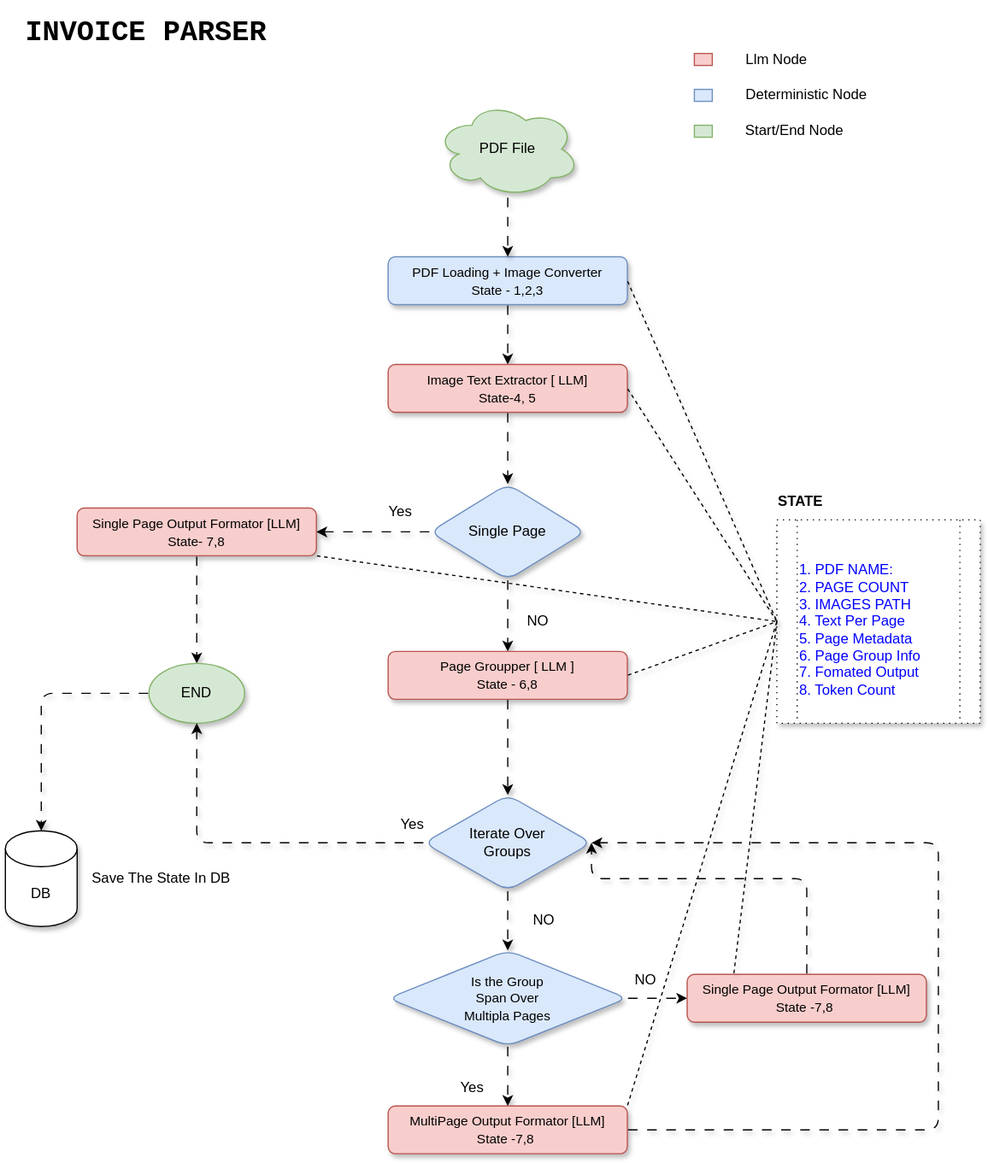
Above: Invoice_parser.drawio.svg in RahulDas-dev/invoice-parser (draw.io), before the change. Source tidied: cells renumbered, new cells last; positions are measured from the earlier drawing's top-left corner, leaving out a move shared by most shapes.
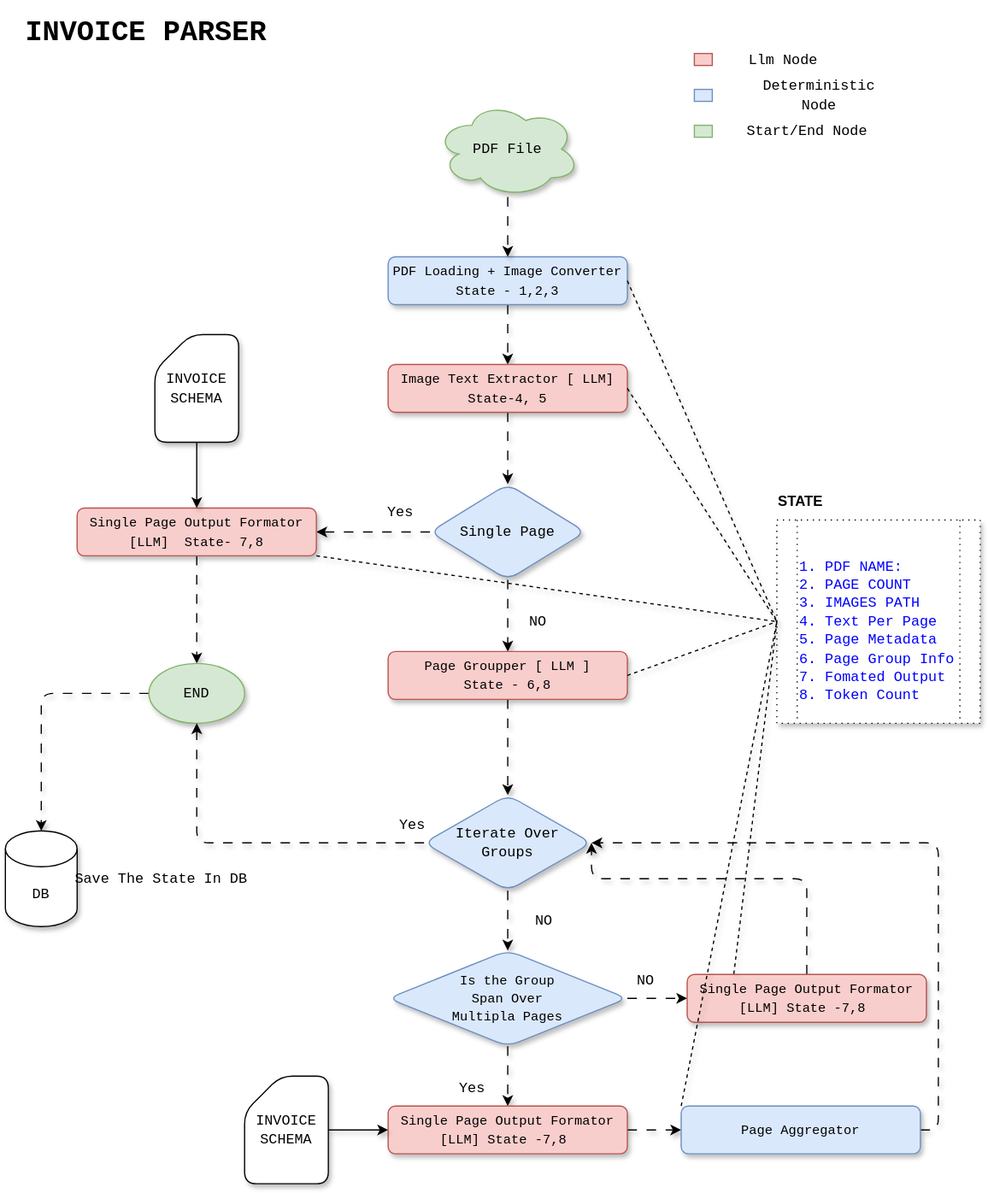
Later version of the same file.

Commit message:
Flow Chart Added

What changed in the source:
```diff
@@ -10,6 +10,6 @@
     </mxCell>
-    <mxCell id="4" value="&lt;font style=&quot;font-size: 11px;&quot;&gt;PDF Loading + Image Converter&lt;br&gt;State - 1,2,3&lt;/font&gt;" style="rounded=1;whiteSpace=wrap;html=1;shadow=1;fillColor=#dae8fc;strokeColor=#6c8ebf;" parent="1" vertex="1">
+    <mxCell id="4" value="&lt;font face=&quot;Consolas, Courier New, monospace&quot; style=&quot;font-size: 11px;&quot;&gt;PDF Loading + Image Converter&lt;br&gt;State - 1,2,3&lt;/font&gt;" style="rounded=1;whiteSpace=wrap;html=1;shadow=1;fillColor=#dae8fc;strokeColor=#6c8ebf;" parent="1" vertex="1">
       <mxGeometry x="320" y="210" width="200" height="40" as="geometry" />
     </mxCell>
-    <mxCell id="5" value="&lt;br&gt;&lt;span style=&quot;background-color: transparent; color: rgb(0, 0, 255);&quot;&gt;1. PDF NAME:&lt;/span&gt;&lt;br&gt;&lt;span style=&quot;background-color: transparent; color: rgb(0, 0, 255);&quot;&gt;2. PAGE COUNT&lt;/span&gt;&lt;br&gt;&lt;span style=&quot;background-color: transparent; color: rgb(0, 0, 255);&quot;&gt;3. IMAGES PATH&lt;/span&gt;&lt;br&gt;&lt;span style=&quot;background-color: transparent; color: rgb(0, 0, 255);&quot;&gt;4. Text Per Page&lt;/span&gt;&lt;br&gt;&lt;span style=&quot;background-color: transparent; color: rgb(0, 0, 255);&quot;&gt;5. Page Metadata&lt;/span&gt;&lt;br&gt;&lt;span style=&quot;background-color: transparent; color: rgb(0, 0, 255);&quot;&gt;6. Page Group Info&lt;/span&gt;&lt;br&gt;&lt;span style=&quot;background-color: transparent; color: rgb(0, 0, 255);&quot;&gt;7. Fomated Output&lt;/span&gt;&lt;br&gt;&lt;span style=&quot;background-color: transparent; color: rgb(0, 0, 255);&quot;&gt;8. Token Count&lt;/span&gt;" style="shape=process;whiteSpace=wrap;html=1;backgroundOutline=1;align=left;shadow=1;dashed=1;dashPattern=1 4;" parent="1" vertex="1">
+    <mxCell id="5" value="&lt;font face=&quot;Consolas, Courier New, monospace&quot;&gt;&lt;br&gt;&lt;span style=&quot;background-color: transparent; color: rgb(0, 0, 255);&quot;&gt;1. PDF NAME:&lt;/span&gt;&lt;br&gt;&lt;span style=&quot;background-color: transparent; color: rgb(0, 0, 255);&quot;&gt;2. PAGE COUNT&lt;/span&gt;&lt;br&gt;&lt;span style=&quot;background-color: transparent; color: rgb(0, 0, 255);&quot;&gt;3. IMAGES PATH&lt;/span&gt;&lt;br&gt;&lt;span style=&quot;background-color: transparent; color: rgb(0, 0, 255);&quot;&gt;4. Text Per Page&lt;/span&gt;&lt;br&gt;&lt;span style=&quot;background-color: transparent; color: rgb(0, 0, 255);&quot;&gt;5. Page Metadata&lt;/span&gt;&lt;br&gt;&lt;span style=&quot;background-color: transparent; color: rgb(0, 0, 255);&quot;&gt;6. Page Group Info&lt;/span&gt;&lt;br&gt;&lt;span style=&quot;background-color: transparent; color: rgb(0, 0, 255);&quot;&gt;7. Fomated Output&lt;/span&gt;&lt;br&gt;&lt;span style=&quot;background-color: transparent; color: rgb(0, 0, 255);&quot;&gt;8. Token Count&lt;/span&gt;&lt;/font&gt;" style="shape=process;whiteSpace=wrap;html=1;backgroundOutline=1;align=left;shadow=1;dashed=1;dashPattern=1 4;" parent="1" vertex="1">
       <mxGeometry x="645" y="430" width="170" height="170" as="geometry" />
@@ -22,3 +22,3 @@
     </mxCell>
-    <mxCell id="8" value="Single Page" style="rhombus;whiteSpace=wrap;html=1;rounded=1;shadow=1;fillColor=#dae8fc;strokeColor=#6c8ebf;" parent="1" vertex="1">
+    <mxCell id="8" value="&lt;font face=&quot;Consolas, Courier New, monospace&quot;&gt;Single Page&lt;/font&gt;" style="rhombus;whiteSpace=wrap;html=1;rounded=1;shadow=1;fillColor=#dae8fc;strokeColor=#6c8ebf;" parent="1" vertex="1">
       <mxGeometry x="355" y="400" width="130" height="80" as="geometry" />
@@ -31,3 +31,3 @@
     </mxCell>
-    <mxCell id="11" value="&lt;font style=&quot;font-size: 11px;&quot;&gt;Image Text Extractor [ LLM]&lt;br&gt;State-4, 5&lt;/font&gt;" style="rounded=1;whiteSpace=wrap;html=1;shadow=1;fillColor=#f8cecc;strokeColor=#b85450;" parent="1" vertex="1">
+    <mxCell id="11" value="&lt;font face=&quot;Consolas, Courier New, monospace&quot; style=&quot;font-size: 11px;&quot;&gt;Image Text Extractor [ LLM]&lt;br&gt;State-4, 5&lt;/font&gt;" style="rounded=1;whiteSpace=wrap;html=1;shadow=1;fillColor=#f8cecc;strokeColor=#b85450;" parent="1" vertex="1">
       <mxGeometry x="320" y="300" width="200" height="40" as="geometry" />
@@ -40,3 +40,3 @@
     </mxCell>
-    <mxCell id="14" value="&lt;font style=&quot;font-size: 11px;&quot;&gt;Single Page Output Formator [LLM]&lt;/font&gt;&lt;div&gt;&lt;font style=&quot;font-size: 11px;&quot;&gt;State- 7,8&lt;/font&gt;&lt;/div&gt;" style="rounded=1;whiteSpace=wrap;html=1;shadow=1;fillColor=#f8cecc;strokeColor=#b85450;" parent="1" vertex="1">
+    <mxCell id="14" value="&lt;font face=&quot;Consolas, Courier New, monospace&quot; style=&quot;font-size: 11px;&quot;&gt;Single Page Output Formator [LLM]&amp;nbsp;&amp;nbsp;&lt;/font&gt;&lt;span style=&quot;font-size: 11px; font-family: Consolas, &amp;quot;Courier New&amp;quot;, monospace; background-color: transparent; color: light-dark(rgb(0, 0, 0), rgb(255, 255, 255));&quot;&gt;State- 7,8&lt;/span&gt;" style="rounded=1;whiteSpace=wrap;html=1;shadow=1;fillColor=#f8cecc;strokeColor=#b85450;" parent="1" vertex="1">
       <mxGeometry x="60" y="420" width="200" height="40" as="geometry" />
@@ -46,6 +46,6 @@
     </mxCell>
-    <mxCell id="16" value="END" style="ellipse;whiteSpace=wrap;html=1;shadow=1;fillColor=#d5e8d4;strokeColor=#82b366;" parent="1" vertex="1">
+    <mxCell id="16" value="&lt;font face=&quot;Consolas, Courier New, monospace&quot;&gt;END&lt;/font&gt;" style="ellipse;whiteSpace=wrap;html=1;shadow=1;fillColor=#d5e8d4;strokeColor=#82b366;" parent="1" vertex="1">
       <mxGeometry x="120" y="550" width="80" height="50" as="geometry" />
     </mxCell>
-    <mxCell id="17" value="Yes" style="text;html=1;align=center;verticalAlign=middle;strokeColor=none;fillColor=none;" parent="1" vertex="1">
+    <mxCell id="17" value="&lt;font face=&quot;Consolas, Courier New, monospace&quot;&gt;Yes&lt;/font&gt;" style="text;html=1;align=center;verticalAlign=middle;strokeColor=none;fillColor=none;" parent="1" vertex="1">
       <mxGeometry x="310" y="408" width="40" height="30" as="geometry" />
@@ -55,6 +55,6 @@
     </mxCell>
-    <mxCell id="19" value="&lt;font style=&quot;font-size: 11px;&quot;&gt;Page Groupper [ LLM ]&lt;/font&gt;&lt;div&gt;&lt;font style=&quot;font-size: 11px;&quot;&gt;State - 6,8&lt;/font&gt;&lt;/div&gt;" style="rounded=1;whiteSpace=wrap;html=1;shadow=1;fillColor=#f8cecc;strokeColor=#b85450;" parent="1" vertex="1">
+    <mxCell id="19" value="&lt;font face=&quot;Consolas, Courier New, monospace&quot; style=&quot;font-size: 11px;&quot;&gt;Page Groupper [ LLM ]&lt;/font&gt;&lt;div&gt;&lt;font face=&quot;Consolas, Courier New, monospace&quot; style=&quot;font-size: 11px;&quot;&gt;State - 6,8&lt;/font&gt;&lt;/div&gt;" style="rounded=1;whiteSpace=wrap;html=1;shadow=1;fillColor=#f8cecc;strokeColor=#b85450;" parent="1" vertex="1">
       <mxGeometry x="320" y="540" width="200" height="40" as="geometry" />
     </mxCell>
-    <mxCell id="20" value="NO" style="text;html=1;align=center;verticalAlign=middle;strokeColor=none;fillColor=none;" parent="1" vertex="1">
+    <mxCell id="20" value="&lt;font face=&quot;Consolas, Courier New, monospace&quot;&gt;NO&lt;/font&gt;" style="text;html=1;align=center;verticalAlign=middle;strokeColor=none;fillColor=none;" parent="1" vertex="1">
       <mxGeometry x="425" y="500" width="40" height="30" as="geometry" />
@@ -67,3 +67,3 @@
     </mxCell>
-    <mxCell id="23" value="Iterate Over&lt;div&gt;Groups&lt;/div&gt;" style="rhombus;whiteSpace=wrap;html=1;rounded=1;shadow=1;fillColor=#dae8fc;strokeColor=#6c8ebf;" parent="1" vertex="1">
+    <mxCell id="23" value="&lt;font face=&quot;Consolas, Courier New, monospace&quot;&gt;Iterate Over&lt;/font&gt;&lt;div&gt;&lt;font face=&quot;Consolas, Courier New, monospace&quot;&gt;Groups&lt;/font&gt;&lt;/div&gt;" style="rhombus;whiteSpace=wrap;html=1;rounded=1;shadow=1;fillColor=#dae8fc;strokeColor=#6c8ebf;" parent="1" vertex="1">
       <mxGeometry x="350" y="660" width="140" height="80" as="geometry" />
@@ -76,3 +76,3 @@
     </mxCell>
-    <mxCell id="26" value="&lt;font style=&quot;font-size: 11px;&quot;&gt;Is the Group&lt;/font&gt;&lt;div&gt;&lt;font style=&quot;font-size: 11px;&quot;&gt;Span Over&lt;/font&gt;&lt;/div&gt;&lt;div&gt;&lt;font style=&quot;font-size: 11px;&quot;&gt;Multipla Pages&lt;/font&gt;&lt;/div&gt;" style="rhombus;whiteSpace=wrap;html=1;rounded=1;shadow=1;fillColor=#dae8fc;strokeColor=#6c8ebf;" parent="1" vertex="1">
+    <mxCell id="26" value="&lt;font face=&quot;Consolas, Courier New, monospace&quot; style=&quot;font-size: 11px;&quot;&gt;Is the Group&lt;/font&gt;&lt;div&gt;&lt;font face=&quot;Consolas, Courier New, monospace&quot; style=&quot;font-size: 11px;&quot;&gt;Span Over&lt;/font&gt;&lt;/div&gt;&lt;div&gt;&lt;font face=&quot;Consolas, Courier New, monospace&quot; style=&quot;font-size: 11px;&quot;&gt;Multipla Pages&lt;/font&gt;&lt;/div&gt;" style="rhombus;whiteSpace=wrap;html=1;rounded=1;shadow=1;fillColor=#dae8fc;strokeColor=#6c8ebf;" parent="1" vertex="1">
       <mxGeometry x="320" y="790" width="200" height="80" as="geometry" />
@@ -85,7 +85,8 @@
     </mxCell>
-    <mxCell id="29" value="PDF File" style="ellipse;shape=cloud;whiteSpace=wrap;html=1;shadow=1;fillColor=#d5e8d4;strokeColor=#82b366;" parent="1" vertex="1">
+    <mxCell id="29" value="&lt;font face=&quot;Consolas, Courier New, monospace&quot;&gt;PDF File&lt;/font&gt;" style="ellipse;shape=cloud;whiteSpace=wrap;html=1;shadow=1;fillColor=#d5e8d4;strokeColor=#82b366;" parent="1" vertex="1">
       <mxGeometry x="360" y="80" width="120" height="80" as="geometry" />
     </mxCell>
-    <mxCell id="30" style="edgeStyle=orthogonalEdgeStyle;rounded=1;jettySize=auto;html=1;curved=0;shadow=1;entryX=1;entryY=0.5;entryDx=0;entryDy=0;exitX=1;exitY=0.5;exitDx=0;exitDy=0;flowAnimation=1;" parent="1" edge="1" source="31" target="23">
+    <mxCell id="30" style="edgeStyle=orthogonalEdgeStyle;rounded=1;jettySize=auto;html=1;curved=0;shadow=1;entryX=1;entryY=0.5;entryDx=0;entryDy=0;flowAnimation=1;" parent="1" edge="1" target="23">
       <mxGeometry relative="1" as="geometry">
+        <mxPoint x="765" y="940" as="sourcePoint" />
         <Array as="points">
@@ -96,3 +97,6 @@
     </mxCell>
+    <mxCell id="53" style="edgeStyle=orthogonalEdgeStyle;rounded=0;jettySize=auto;html=1;shadow=1;flowAnimation=1;" parent="1" edge="1" source="31" target="54">
+      <mxGeometry relative="1" as="geometry" />
+    </mxCell>
-    <mxCell id="31" value="&lt;font style=&quot;font-size: 11px;&quot;&gt;MultiPage Output Formator [LLM]&lt;/font&gt;&lt;div&gt;&lt;font style=&quot;font-size: 11px;&quot;&gt;State -7,8&amp;nbsp;&lt;/font&gt;&lt;/div&gt;" style="rounded=1;whiteSpace=wrap;html=1;shadow=1;fillColor=#f8cecc;strokeColor=#b85450;" parent="1" vertex="1">
+    <mxCell id="31" value="&lt;font face=&quot;Consolas, Courier New, monospace&quot; style=&quot;font-size: 11px;&quot;&gt;Single Page Output Formator [LLM]&amp;nbsp;&lt;/font&gt;&lt;span style=&quot;font-size: 11px; font-family: Consolas, &amp;quot;Courier New&amp;quot;, monospace; background-color: transparent; color: light-dark(rgb(0, 0, 0), rgb(255, 255, 255));&quot;&gt;State -7,8&amp;nbsp;&lt;/span&gt;" style="rounded=1;whiteSpace=wrap;html=1;shadow=1;fillColor=#f8cecc;strokeColor=#b85450;" parent="1" vertex="1">
       <mxGeometry x="320" y="920" width="200" height="40" as="geometry" />
@@ -107,18 +111,18 @@
     </mxCell>
-    <mxCell id="33" value="&lt;font style=&quot;font-size: 11px;&quot;&gt;Single Page Output Formator [LLM]&lt;/font&gt;&lt;div&gt;&lt;font style=&quot;font-size: 11px;&quot;&gt;State -7,8&amp;nbsp;&lt;/font&gt;&lt;/div&gt;" style="rounded=1;whiteSpace=wrap;html=1;shadow=1;fillColor=#f8cecc;strokeColor=#b85450;" parent="1" vertex="1">
+    <mxCell id="33" value="&lt;font face=&quot;Consolas, Courier New, monospace&quot; style=&quot;font-size: 11px;&quot;&gt;Single Page Output Formator [LLM]&amp;nbsp;&lt;/font&gt;&lt;span style=&quot;font-size: 11px; font-family: Consolas, &amp;quot;Courier New&amp;quot;, monospace; background-color: transparent; color: light-dark(rgb(0, 0, 0), rgb(255, 255, 255));&quot;&gt;State -7,8&amp;nbsp;&lt;/span&gt;" style="rounded=1;whiteSpace=wrap;html=1;shadow=1;fillColor=#f8cecc;strokeColor=#b85450;" parent="1" vertex="1">
       <mxGeometry x="570" y="810" width="200" height="40" as="geometry" />
     </mxCell>
-    <mxCell id="34" value="Yes" style="text;html=1;align=center;verticalAlign=middle;strokeColor=none;fillColor=none;" parent="1" vertex="1">
+    <mxCell id="34" value="&lt;font face=&quot;Consolas, Courier New, monospace&quot;&gt;Yes&lt;/font&gt;" style="text;html=1;align=center;verticalAlign=middle;strokeColor=none;fillColor=none;" parent="1" vertex="1">
       <mxGeometry x="320" y="670" width="40" height="30" as="geometry" />
     </mxCell>
-    <mxCell id="35" value="NO" style="text;html=1;align=center;verticalAlign=middle;strokeColor=none;fillColor=none;" parent="1" vertex="1">
+    <mxCell id="35" value="&lt;font face=&quot;Consolas, Courier New, monospace&quot;&gt;NO&lt;/font&gt;" style="text;html=1;align=center;verticalAlign=middle;strokeColor=none;fillColor=none;" parent="1" vertex="1">
       <mxGeometry x="430" y="750" width="40" height="30" as="geometry" />
     </mxCell>
-    <mxCell id="36" value="Yes" style="text;html=1;align=center;verticalAlign=middle;strokeColor=none;fillColor=none;" parent="1" vertex="1">
+    <mxCell id="36" value="&lt;font face=&quot;Consolas, Courier New, monospace&quot;&gt;Yes&lt;/font&gt;" style="text;html=1;align=center;verticalAlign=middle;strokeColor=none;fillColor=none;" parent="1" vertex="1">
       <mxGeometry x="370" y="890" width="40" height="30" as="geometry" />
     </mxCell>
-    <mxCell id="37" value="NO" style="text;html=1;align=center;verticalAlign=middle;strokeColor=none;fillColor=none;" parent="1" vertex="1">
+    <mxCell id="37" value="&lt;font face=&quot;Consolas, Courier New, monospace&quot;&gt;NO&lt;/font&gt;" style="text;html=1;align=center;verticalAlign=middle;strokeColor=none;fillColor=none;" parent="1" vertex="1">
       <mxGeometry x="515" y="800" width="40" height="30" as="geometry" />
     </mxCell>
-    <mxCell id="38" style="endArrow=none;dashed=1;html=1;rounded=0;exitX=1;exitY=0;exitDx=0;exitDy=0;entryX=0;entryY=0.5;entryDx=0;entryDy=0;shadow=1;flowAnimation=1;" parent="1" edge="1" source="31" target="5">
+    <mxCell id="38" style="endArrow=none;dashed=1;html=1;rounded=0;exitX=0;exitY=0;exitDx=0;exitDy=0;entryX=0;entryY=0.5;entryDx=0;entryDy=0;shadow=1;flowAnimation=1;" parent="1" edge="1" source="54" target="5">
       <mxGeometry relative="1" as="geometry" />
@@ -131,10 +135,10 @@
     </mxCell>
-    <mxCell id="41" value="DB" style="shape=cylinder3;whiteSpace=wrap;html=1;boundedLbl=1;backgroundOutline=1;size=15;shadow=1;" parent="1" vertex="1">
+    <mxCell id="41" value="&lt;font face=&quot;Consolas, Courier New, monospace&quot;&gt;DB&lt;/font&gt;" style="shape=cylinder3;whiteSpace=wrap;html=1;boundedLbl=1;backgroundOutline=1;size=15;shadow=1;" parent="1" vertex="1">
       <mxGeometry y="690" width="60" height="80" as="geometry" />
     </mxCell>
-    <mxCell id="42" value="Save The State In DB" style="text;html=1;align=center;verticalAlign=middle;strokeColor=none;fillColor=none;" parent="1" vertex="1">
-      <mxGeometry x="60" y="715" width="140" height="30" as="geometry" />
+    <mxCell id="42" value="&lt;font face=&quot;Consolas, Courier New, monospace&quot;&gt;Save The State In DB&lt;/font&gt;" style="text;html=1;align=center;verticalAlign=middle;strokeColor=none;fillColor=none;" parent="1" vertex="1">
+      <mxGeometry x="50" y="715" width="160" height="30" as="geometry" />
     </mxCell>
     <mxCell id="43" style="group;" parent="1" vertex="1">
-      <mxGeometry x="576" y="90" width="129" height="30" as="geometry" />
+      <mxGeometry x="576" y="90" width="150" height="30" as="geometry" />
     </mxCell>
@@ -143,7 +147,7 @@
     </mxCell>
-    <mxCell id="45" value="Start/End Node" style="text;html=1;align=center;verticalAlign=middle;whiteSpace=wrap;rounded=0;" parent="43" vertex="1">
-      <mxGeometry x="39" width="90" height="30" as="geometry" />
+    <mxCell id="45" value="&lt;font face=&quot;Consolas, Courier New, monospace&quot;&gt;Start/End Node&lt;/font&gt;" style="text;html=1;align=center;verticalAlign=middle;whiteSpace=wrap;rounded=0;" parent="43" vertex="1">
+      <mxGeometry x="39" width="111" height="30" as="geometry" />
     </mxCell>
     <mxCell id="46" style="group;" parent="1" vertex="1">
-      <mxGeometry x="576" y="60" width="149" height="30" as="geometry" />
+      <mxGeometry x="576" y="60" width="170" height="30" as="geometry" />
     </mxCell>
@@ -152,7 +156,7 @@
     </mxCell>
-    <mxCell id="48" value="Deterministic Node" style="text;html=1;align=center;verticalAlign=middle;whiteSpace=wrap;rounded=0;" parent="46" vertex="1">
-      <mxGeometry x="39" width="110" height="30" as="geometry" />
+    <mxCell id="48" value="&lt;font face=&quot;Consolas, Courier New, monospace&quot;&gt;Deterministic Node&lt;/font&gt;" style="text;html=1;align=center;verticalAlign=middle;whiteSpace=wrap;rounded=0;" parent="46" vertex="1">
+      <mxGeometry x="39" width="131" height="30" as="geometry" />
     </mxCell>
     <mxCell id="49" style="group;" parent="1" vertex="1">
-      <mxGeometry x="576" y="30" width="99" height="30" as="geometry" />
+      <mxGeometry x="576" y="30" width="110" height="30" as="geometry" />
     </mxCell>
@@ -161,4 +165,4 @@
     </mxCell>
-    <mxCell id="51" value="Llm Node" style="text;html=1;align=center;verticalAlign=middle;whiteSpace=wrap;rounded=0;" parent="49" vertex="1">
-      <mxGeometry x="39" width="60" height="30" as="geometry" />
+    <mxCell id="51" value="&lt;font face=&quot;Consolas, Courier New, monospace&quot;&gt;Llm Node&lt;/font&gt;" style="text;html=1;align=center;verticalAlign=middle;whiteSpace=wrap;rounded=0;" parent="49" vertex="1">
+      <mxGeometry x="39" width="71" height="30" as="geometry" />
     </mxCell>
@@ -167,2 +171,17 @@
     </mxCell>
+    <mxCell id="54" value="&lt;div style=&quot;line-height: 19px; white-space: pre;&quot;&gt;&lt;font face=&quot;Consolas, Courier New, monospace&quot; style=&quot;font-size: 11px; color: rgb(0, 0, 0);&quot;&gt;Page Aggregator&lt;/font&gt;&lt;/div&gt;" style="rounded=1;whiteSpace=wrap;html=1;shadow=1;fillColor=#dae8fc;strokeColor=#6c8ebf;" parent="1" vertex="1">
+      <mxGeometry x="565" y="920" width="200" height="40" as="geometry" />
+    </mxCell>
+    <mxCell id="55" style="edgeStyle=orthogonalEdgeStyle;rounded=0;jettySize=auto;html=1;shadow=1;" parent="1" edge="1" source="56" target="14">
+      <mxGeometry relative="1" as="geometry" />
+    </mxCell>
+    <mxCell id="56" value="&lt;font face=&quot;Consolas, Courier New, monospace&quot;&gt;INVOICE&lt;/font&gt;&lt;div&gt;&lt;font face=&quot;Consolas, Courier New, monospace&quot;&gt;SCHEMA&lt;/font&gt;&lt;/div&gt;" style="shape=card;whiteSpace=wrap;html=1;rounded=1;shadow=1;" parent="1" vertex="1">
+      <mxGeometry x="125" y="275" width="70" height="90" as="geometry" />
+    </mxCell>
+    <mxCell id="57" style="edgeStyle=orthogonalEdgeStyle;rounded=0;jettySize=auto;html=1;entryX=0;entryY=0.5;entryDx=0;entryDy=0;shadow=1;" parent="1" edge="1" source="58" target="31">
+      <mxGeometry relative="1" as="geometry" />
+    </mxCell>
+    <mxCell id="58" value="&lt;font face=&quot;Consolas, Courier New, monospace&quot;&gt;INVOICE&lt;/font&gt;&lt;div&gt;&lt;font face=&quot;Consolas, Courier New, monospace&quot;&gt;SCHEMA&lt;/font&gt;&lt;/div&gt;" style="shape=card;whiteSpace=wrap;html=1;rounded=1;shadow=1;" parent="1" vertex="1">
+      <mxGeometry x="200" y="895" width="70" height="90" as="geometry" />
+    </mxCell>
   </root>
```
